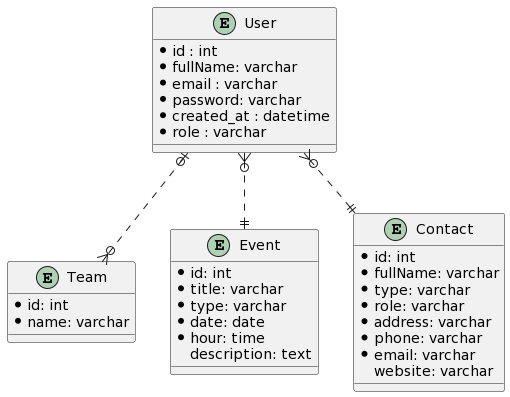
This is application/document/Database.png from Lukam90/Sym-CRM, a PlantUML export, as it was before one commit.
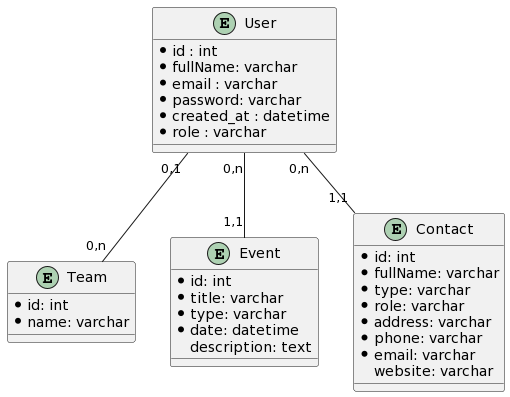
Later version of the same file.

The edit, as a diff of the source:
```diff
@@ -21,8 +21,7 @@
     *id: int
     *title: varchar
     *type: varchar
-    *date: date
-    *hour: time
+    *date: datetime
     description: text
 }
 
@@ -40,11 +39,11 @@
 
 
 
-User |o..o{ Team
+User "0,1" -- "0,n" Team
 
 
-User }o..|| Event
+User "0,n" -- "1,1" Event
 
 
-User }o..|| Contact
+User "0,n" -- "1,1" Contact
 @enduml
```
